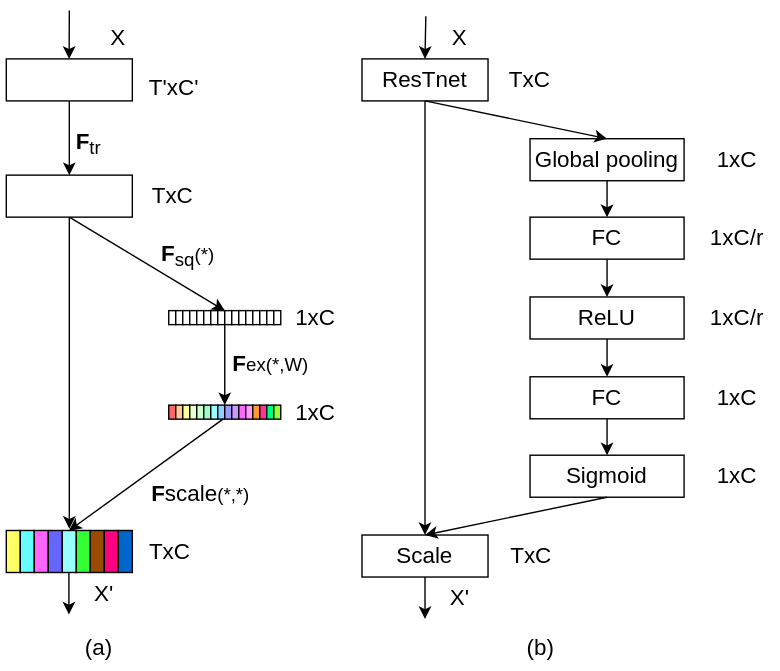
wangxinzhi0/draw.io keeps this draw.io diagram as littlepaper/图3 SE模块结构图.svg. Above is the earlier version. Source tidied: cells renumbered, new cells last; positions are measured from the earlier drawing's top-left corner, leaving out a move shared by most shapes.
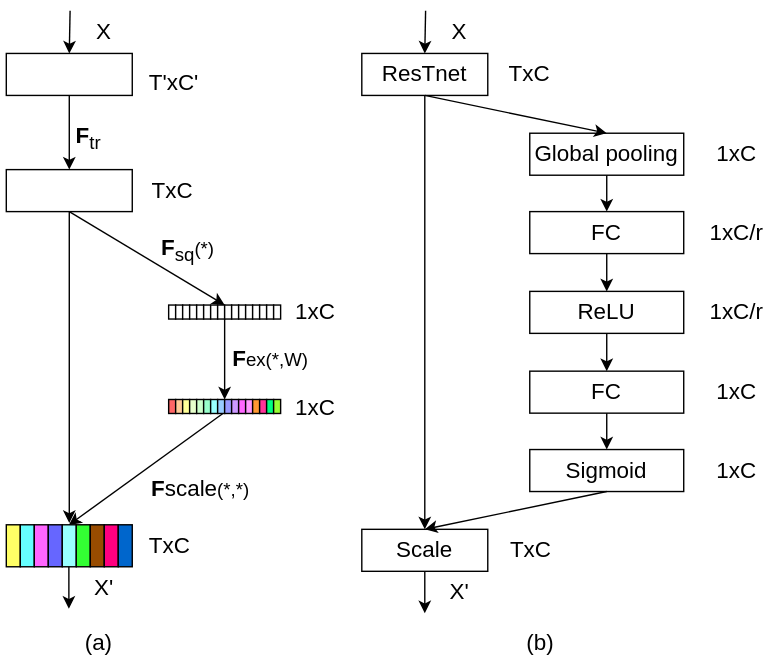
Later version of the same file.

Commit message:
Update 图3 SE模块结构图.svg

What changed in the source:
```diff
@@ -85,18 +85,6 @@
     <mxCell id="28" value="T'xC'" style="text;html=1;strokeColor=none;fillColor=none;align=center;verticalAlign=middle;whiteSpace=wrap;rounded=0;fontSize=16;" parent="1" vertex="1">
       <mxGeometry x="94" y="40.5" width="60" height="30" as="geometry" />
     </mxCell>
-    <mxCell id="29" style="endArrow=classic;html=1;rounded=0;fontSize=16;" parent="1" edge="1">
-      <mxGeometry relative="1" as="geometry">
-        <mxPoint x="49" as="sourcePoint" />
-        <mxPoint x="48.9" y="34.5" as="targetPoint" />
-        <Array as="points">
-          <mxPoint x="48.9" y="34.5" />
-        </Array>
-      </mxGeometry>
-    </mxCell>
-    <mxCell id="30" value="X" style="text;html=1;strokeColor=none;fillColor=none;align=center;verticalAlign=middle;whiteSpace=wrap;rounded=0;fontSize=16;" parent="1" vertex="1">
-      <mxGeometry x="54" y="4.5" width="60" height="30" as="geometry" />
-    </mxCell>
     <mxCell id="31" style="endArrow=classic;html=1;rounded=0;fontSize=16;exitX=0.5;exitY=1;exitDx=0;exitDy=0;entryX=0.5;entryY=0;entryDx=0;entryDy=0;" parent="1" edge="1" source="27" target="33">
       <mxGeometry relative="1" as="geometry" />
     </mxCell>
@@ -279,5 +267,13 @@
     <mxCell id="89" value="1xC" style="text;html=1;strokeColor=none;fillColor=none;align=center;verticalAlign=middle;whiteSpace=wrap;rounded=0;fontSize=16;" parent="1" vertex="1">
       <mxGeometry x="195" y="271.7" width="60" height="30" as="geometry" />
     </mxCell>
+    <mxCell id="90" style="endArrow=classic;html=1;rounded=0;fontSize=16;entryX=0.5;entryY=0;entryDx=0;entryDy=0;exitX=0.093;exitY=-0.016;exitDx=0;exitDy=0;exitPerimeter=0;" parent="1" edge="1" source="30">
+      <mxGeometry relative="1" as="geometry">
+        <mxPoint x="49" y="34.5" as="targetPoint" />
+      </mxGeometry>
+    </mxCell>
+    <mxCell id="30" value="X" style="text;html=1;strokeColor=none;fillColor=none;align=center;verticalAlign=middle;whiteSpace=wrap;rounded=0;fontSize=16;" parent="1" vertex="1">
+      <mxGeometry x="44" y="4.5" width="60" height="30" as="geometry" />
+    </mxCell>
   </root>
 </mxGraphModel>
```
